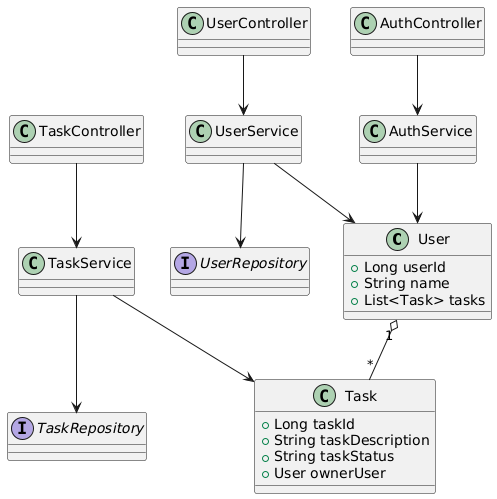
Before: classDiagram.png, a diagram exported from PlantUML (LucasEscopelli/TaskManagerApp).
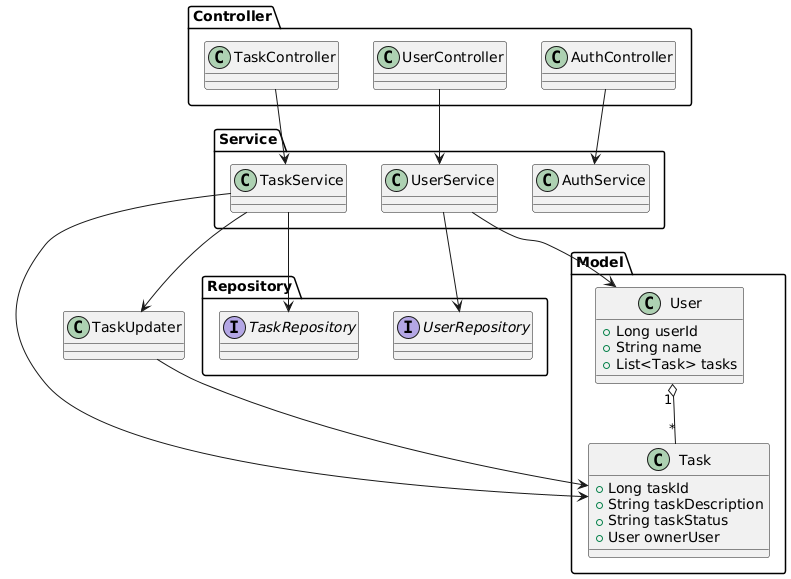
Above is the later version.

Diff of the diagram source:
```diff
@@ -1,39 +1,52 @@
 @startuml
-class User {
-    + Long userId
-    + String name
-    + List<Task> tasks
+package "Model" {
+    class User {
+        + Long userId
+        + String name
+        + List<Task> tasks
+    }
+
+    class Task {
+        + Long taskId
+        + String taskDescription
+        + String taskStatus
+        + User ownerUser
+    }
+
+    User "1" o-- "*" Task
 }
 
-class Task {
-    + Long taskId
-    + String taskDescription
-    + String taskStatus
-    + User ownerUser
+package "Repository" {
+    interface UserRepository
+    interface TaskRepository
 }
 
-interface UserRepository
-interface TaskRepository
+package "Service" {
+    class TaskService
+    class UserService
+    class AuthService
+}
 
-class UserService
-class TaskService
-class AuthService
+package "Controller" {
+    class TaskController
+    class UserController
+    class AuthController
+}
 
-class UserController
-class TaskController
-class AuthController
+class TaskUpdater
 
-
-User "1" o-- "*" Task
-
+AuthController--> AuthService
 UserController --> UserService
 TaskController --> TaskService
-AuthController --> AuthService
+
 
 UserService --> UserRepository
 TaskService --> TaskRepository
+TaskService --> TaskUpdater
+
+
+TaskUpdater --> Task
 
 UserService --> User
 TaskService --> Task
-AuthService --> User
 @enduml
```
